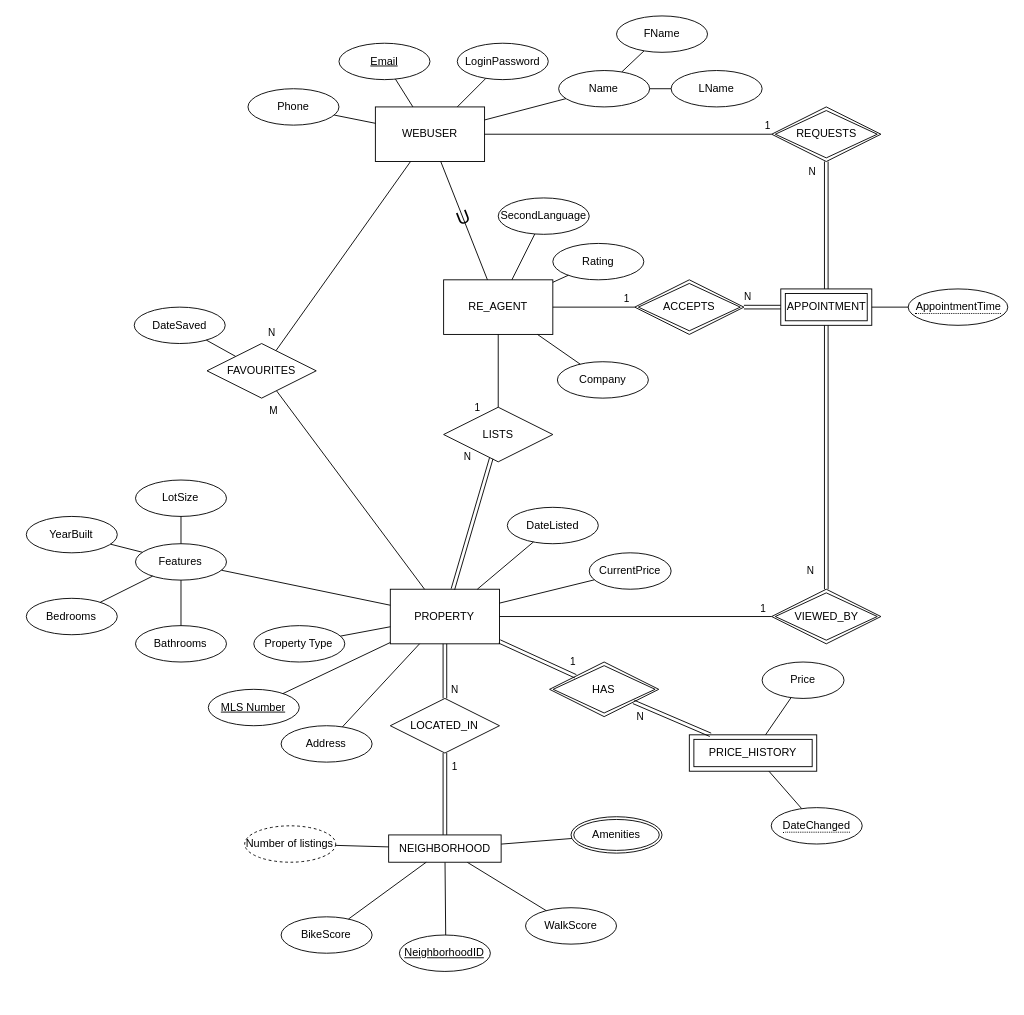
Before: page "EER V2" (2 of 4) of Proposal/608-project-diagrams.drawio in WillKNguyen/608-607Project, a draw.io diagram. Source tidied: cells renumbered, new cells numbered last; positions are measured from the earlier drawing's top-left corner, leaving out a move shared by most shapes. Both pictures are drawn from the tidied source at 91%, with x=0, y=0 at pixel (25, 15).
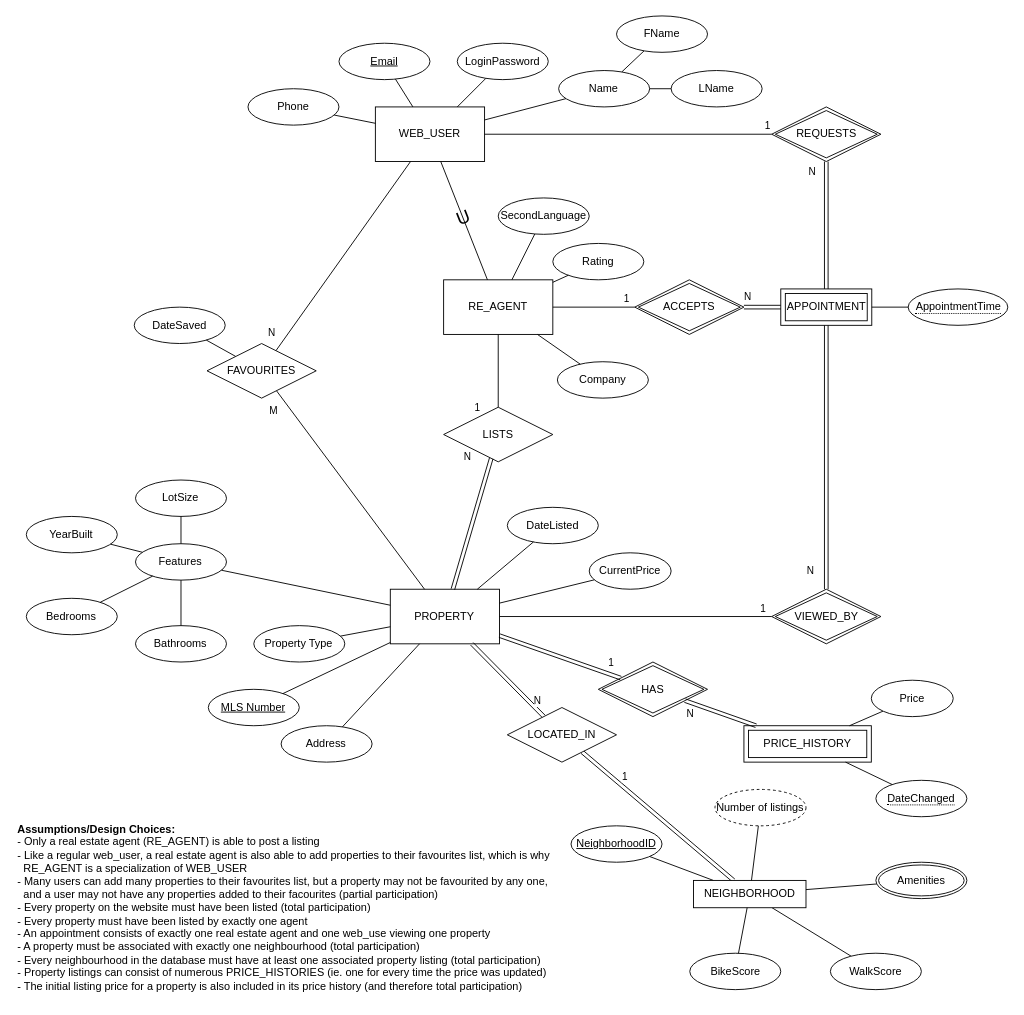
The same page after the edit.

Change to the diagram source:
```diff
@@
-    <mxCell id="2" value="WEBUSER" style="rounded=0;whiteSpace=wrap;html=1;" parent="1" vertex="1">
+    <mxCell id="2" value="WEB_USER" style="rounded=0;whiteSpace=wrap;html=1;" parent="1" vertex="1">
       <mxGeometry x="384" y="100" width="120" height="60" as="geometry" />
     </mxCell>
@@
     <mxCell id="5" value="WalkScore" style="ellipse;whiteSpace=wrap;html=1;align=center;" parent="1" vertex="1">
-      <mxGeometry x="549" y="980" width="100" height="40" as="geometry" />
+      <mxGeometry x="884" y="1030" width="100" height="40" as="geometry" />
     </mxCell>
     <mxCell id="6" value="PRICE_HISTORY" style="shape=ext;margin=3;double=1;whiteSpace=wrap;html=1;align=center;" parent="1" vertex="1">
-      <mxGeometry x="729" y="790" width="140" height="40" as="geometry" />
+      <mxGeometry x="789" y="780" width="140" height="40" as="geometry" />
     </mxCell>
@@
     <mxCell id="14" value="HAS" style="shape=rhombus;double=1;perimeter=rhombusPerimeter;whiteSpace=wrap;html=1;align=center;" parent="1" vertex="1">
-      <mxGeometry x="575.4" y="710" width="120" height="60" as="geometry" />
+      <mxGeometry x="629" y="710" width="120" height="60" as="geometry" />
     </mxCell>
@@
     <mxCell id="21" value="Amenities" style="ellipse;shape=doubleEllipse;margin=3;whiteSpace=wrap;html=1;align=center;" parent="1" vertex="1">
-      <mxGeometry x="599" y="880" width="100" height="40" as="geometry" />
+      <mxGeometry x="934" y="930" width="100" height="40" as="geometry" />
     </mxCell>
@@
     <mxCell id="61" value="Price" style="ellipse;whiteSpace=wrap;html=1;align=center;" parent="1" vertex="1">
-      <mxGeometry x="809" y="710" width="90" height="40" as="geometry" />
+      <mxGeometry x="929" y="730" width="90" height="40" as="geometry" />
     </mxCell>
@@
     <mxCell id="63" value="&lt;span style=&quot;border-bottom: 1px dotted&quot;&gt;DateChanged&lt;/span&gt;" style="ellipse;whiteSpace=wrap;html=1;align=center;" parent="1" vertex="1">
-      <mxGeometry x="819" y="870" width="100" height="40" as="geometry" />
+      <mxGeometry x="934" y="840" width="100" height="40" as="geometry" />
     </mxCell>
@@
     <mxCell id="65" value="NEIGHBORHOOD" style="html=1;" parent="1" vertex="1">
-      <mxGeometry x="398.6" y="900" width="123.6" height="30" as="geometry" />
+      <mxGeometry x="733.6" y="950" width="123.6" height="30" as="geometry" />
     </mxCell>
     <mxCell id="66" value="LOCATED_IN" style="shape=rhombus;perimeter=rhombusPerimeter;whiteSpace=wrap;html=1;align=center;" parent="1" vertex="1">
-      <mxGeometry x="400.4" y="750" width="120" height="60" as="geometry" />
+      <mxGeometry x="529" y="760" width="120" height="60" as="geometry" />
     </mxCell>
@@
     <mxCell id="69" value="NeighborhoodID" style="ellipse;whiteSpace=wrap;html=1;align=center;fontStyle=4;" parent="1" vertex="1">
-      <mxGeometry x="410.4" y="1010" width="100" height="40" as="geometry" />
+      <mxGeometry x="599" y="890" width="100" height="40" as="geometry" />
     </mxCell>
     <mxCell id="70" value="BikeScore" style="ellipse;whiteSpace=wrap;html=1;align=center;" parent="1" vertex="1">
-      <mxGeometry x="280.4" y="990" width="100" height="40" as="geometry" />
+      <mxGeometry x="729.5" y="1030" width="100" height="40" as="geometry" />
     </mxCell>
@@
     <mxCell id="89" value="Number of listings" style="ellipse;whiteSpace=wrap;html=1;align=center;dashed=1;" parent="1" vertex="1">
-      <mxGeometry x="240.4" y="890" width="100" height="40" as="geometry" />
+      <mxGeometry x="757.2" y="850" width="100" height="40" as="geometry" />
     </mxCell>
@@
+    <mxCell id="101" value="&lt;b&gt;Assumptions/Design Choices:&lt;br&gt;&lt;/b&gt;&lt;div&gt;- Only a real estate agent (RE_AGENT) is able to post a listing&lt;/div&gt;&lt;div&gt;- Like a regular web_user, a real estate agent is also able to add properties to their favourites list,&amp;nbsp;&lt;span style=&quot;background-color: initial;&quot;&gt;which is why&amp;nbsp;&lt;/span&gt;&lt;/div&gt;&lt;div&gt;&lt;span style=&quot;background-color: initial;&quot;&gt;&amp;nbsp; RE_AGENT is a specialization of WEB_USER&lt;/span&gt;&lt;/div&gt;&lt;div&gt;- Many users can add many properties to their favourites list, but a property may not be favourited by any one,&lt;/div&gt;&lt;div&gt;&amp;nbsp; and a user may not have any properties added to their facourites (partial participation)&lt;/div&gt;&lt;div&gt;- Every property on the website must have been listed (total participation)&lt;/div&gt;&lt;div&gt;- Every property must have been listed by exactly one agent&lt;/div&gt;&lt;div&gt;- An appointment consists of exactly one real estate agent and one web_use viewing one property&lt;/div&gt;&lt;div&gt;- A property must be associated with exactly one neighbourhood (total participation)&lt;/div&gt;&lt;div&gt;- Every neighbourhood in the database must have at least one associated property listing (total participation)&lt;/div&gt;&lt;div&gt;- Property listings can consist of numerous PRICE_HISTORIES (ie. one for every time the price was updated)&lt;/div&gt;&lt;div&gt;- The initial listing price for a property is also included in its price history (and therefore total participation)&lt;/div&gt;" style="text;html=1;align=left;verticalAlign=middle;strokeColor=none;fillColor=none;" parent="1" vertex="1">
+      <mxGeometry x="-11" y="880" width="610" height="200" as="geometry" />
+    </mxCell>
```
